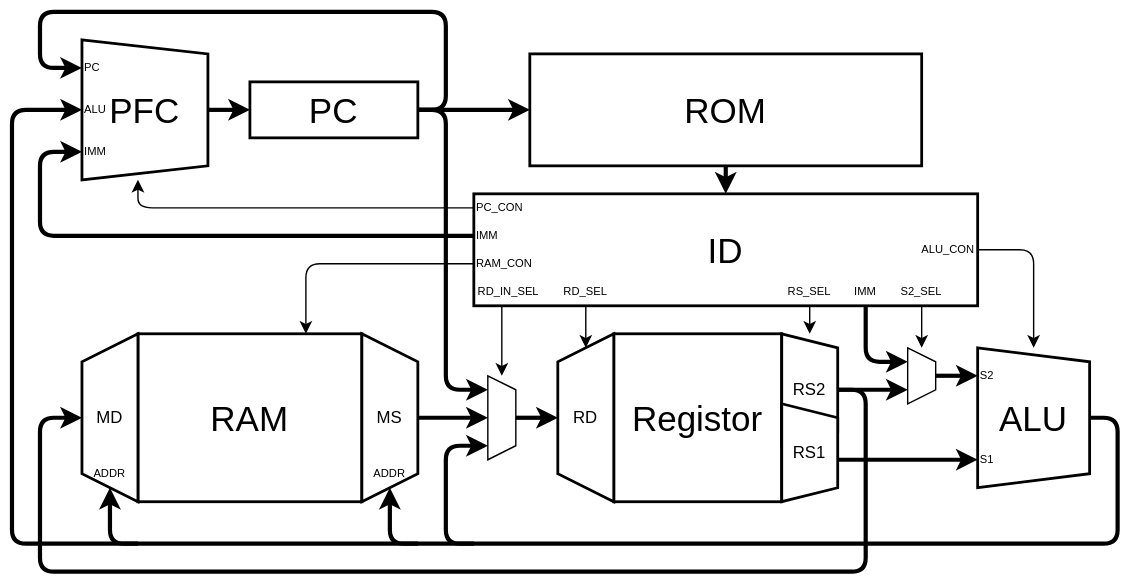
Earlier version of the draw.io export Lab/Computer/Micon/01_CPU/img/arch.dio.svg (amane-uehara/kanade-k-1228.github.io). Source tidied: cells renumbered, new cells last; positions are measured from the earlier drawing's top-left corner, leaving out a move shared by most shapes.
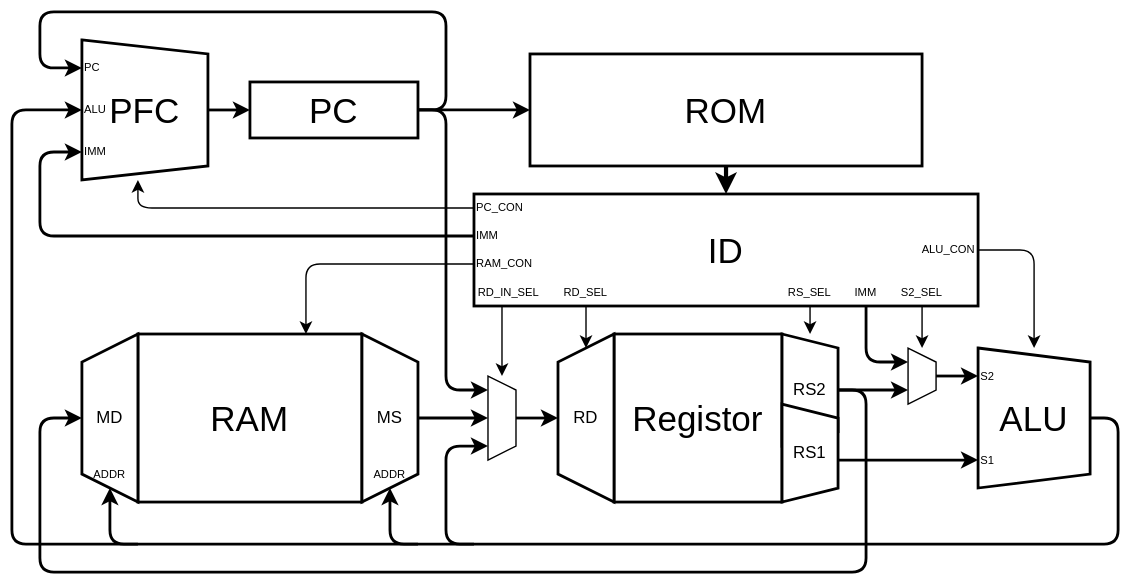
The same file after the commit.

Change to the diagram source:
```diff
@@ -38,13 +38,13 @@
     <mxCell id="13" value="MD" style="shape=trapezoid;perimeter=trapezoidPerimeter;whiteSpace=wrap;html=1;fixedSize=1;fontSize=12;direction=north;strokeWidth=2;" parent="1" vertex="1">
       <mxGeometry x="50" y="230" width="40" height="120" as="geometry" />
     </mxCell>
-    <mxCell id="14" style="endArrow=classic;html=1;fontSize=25;strokeWidth=3;" parent="1" edge="1">
+    <mxCell id="14" style="endArrow=classic;html=1;fontSize=25;strokeWidth=2;" parent="1" edge="1">
       <mxGeometry relative="1" as="geometry">
         <mxPoint x="590" y="320" as="sourcePoint" />
         <mxPoint x="690" y="320" as="targetPoint" />
       </mxGeometry>
     </mxCell>
-    <mxCell id="15" style="endArrow=classic;html=1;fontSize=25;startArrow=none;startFill=0;strokeWidth=3;" parent="1" edge="1">
+    <mxCell id="15" style="endArrow=classic;html=1;fontSize=25;startArrow=none;startFill=0;strokeWidth=2;" parent="1" edge="1">
       <mxGeometry relative="1" as="geometry">
         <mxPoint x="610" y="210" as="sourcePoint" />
         <mxPoint x="640" y="250" as="targetPoint" />
@@ -53,19 +53,19 @@
         </Array>
       </mxGeometry>
     </mxCell>
-    <mxCell id="16" style="endArrow=classic;html=1;fontSize=25;strokeWidth=3;" parent="1" edge="1">
+    <mxCell id="16" style="endArrow=classic;html=1;fontSize=25;strokeWidth=2;" parent="1" edge="1">
       <mxGeometry relative="1" as="geometry">
         <mxPoint x="660" y="260" as="sourcePoint" />
         <mxPoint x="690" y="260" as="targetPoint" />
       </mxGeometry>
     </mxCell>
-    <mxCell id="17" style="endArrow=classic;html=1;fontSize=25;strokeWidth=3;" parent="1" edge="1">
+    <mxCell id="17" style="endArrow=classic;html=1;fontSize=25;strokeWidth=2;" parent="1" edge="1">
       <mxGeometry relative="1" as="geometry">
         <mxPoint x="360" y="290" as="sourcePoint" />
         <mxPoint x="390" y="290" as="targetPoint" />
       </mxGeometry>
     </mxCell>
-    <mxCell id="18" style="endArrow=classic;html=1;fontSize=25;strokeWidth=3;" parent="1" edge="1">
+    <mxCell id="18" style="endArrow=classic;html=1;fontSize=25;strokeWidth=2;" parent="1" edge="1">
       <mxGeometry relative="1" as="geometry">
         <mxPoint x="290" y="290" as="sourcePoint" />
         <mxPoint x="340" y="290" as="targetPoint" />
@@ -77,7 +77,7 @@
         <mxPoint x="650" y="240" as="targetPoint" />
       </mxGeometry>
     </mxCell>
-    <mxCell id="20" style="endArrow=classic;html=1;fontSize=25;strokeWidth=3;" parent="1" edge="1">
+    <mxCell id="20" style="endArrow=classic;html=1;fontSize=25;strokeWidth=2;" parent="1" edge="1">
       <mxGeometry relative="1" as="geometry">
         <mxPoint x="590" y="270" as="sourcePoint" />
         <mxPoint x="50" y="290" as="targetPoint" />
@@ -107,7 +107,7 @@
         <mxPoint x="570" y="230" as="targetPoint" />
       </mxGeometry>
     </mxCell>
-    <mxCell id="24" style="endArrow=classic;html=1;fontSize=25;startArrow=none;startFill=0;strokeWidth=3;" parent="1" edge="1">
+    <mxCell id="24" style="endArrow=classic;html=1;fontSize=25;startArrow=none;startFill=0;strokeWidth=2;" parent="1" edge="1">
       <mxGeometry relative="1" as="geometry">
         <mxPoint x="770" y="290" as="sourcePoint" />
         <mxPoint x="50" y="70" as="targetPoint" />
@@ -119,7 +119,7 @@
         </Array>
       </mxGeometry>
     </mxCell>
-    <mxCell id="25" style="endArrow=classic;html=1;fontSize=25;startArrow=none;startFill=0;strokeWidth=3;" parent="1" edge="1">
+    <mxCell id="25" style="endArrow=classic;html=1;fontSize=25;startArrow=none;startFill=0;strokeWidth=2;" parent="1" edge="1">
       <mxGeometry relative="1" as="geometry">
         <mxPoint x="290" y="380" as="sourcePoint" />
         <mxPoint x="270" y="340" as="targetPoint" />
@@ -128,7 +128,7 @@
         </Array>
       </mxGeometry>
     </mxCell>
-    <mxCell id="26" style="endArrow=classic;html=1;fontSize=25;startArrow=none;startFill=0;strokeWidth=3;" parent="1" edge="1">
+    <mxCell id="26" style="endArrow=classic;html=1;fontSize=25;startArrow=none;startFill=0;strokeWidth=2;" parent="1" edge="1">
       <mxGeometry relative="1" as="geometry">
         <mxPoint x="330" y="380" as="sourcePoint" />
         <mxPoint x="340" y="310" as="targetPoint" />
@@ -147,7 +147,7 @@
         </Array>
       </mxGeometry>
     </mxCell>
-    <mxCell id="28" style="endArrow=classic;html=1;fontSize=25;startArrow=none;startFill=0;strokeWidth=3;" parent="1" edge="1">
+    <mxCell id="28" style="endArrow=classic;html=1;fontSize=25;startArrow=none;startFill=0;strokeWidth=2;" parent="1" edge="1">
       <mxGeometry relative="1" as="geometry">
         <mxPoint x="290" y="70" as="sourcePoint" />
         <mxPoint x="340" y="270" as="targetPoint" />
@@ -166,7 +166,7 @@
         </Array>
       </mxGeometry>
     </mxCell>
-    <mxCell id="30" style="endArrow=classic;html=1;fontSize=25;startArrow=none;startFill=0;strokeWidth=3;" parent="1" edge="1">
+    <mxCell id="30" style="endArrow=classic;html=1;fontSize=25;startArrow=none;startFill=0;strokeWidth=2;" parent="1" edge="1">
       <mxGeometry relative="1" as="geometry">
         <mxPoint x="90" y="380" as="sourcePoint" />
         <mxPoint x="70" y="340" as="targetPoint" />
@@ -175,7 +175,7 @@
         </Array>
       </mxGeometry>
     </mxCell>
-    <mxCell id="31" style="endArrow=classic;html=1;fontSize=25;startArrow=none;startFill=0;strokeWidth=3;" parent="1" edge="1">
+    <mxCell id="31" style="endArrow=classic;html=1;fontSize=25;startArrow=none;startFill=0;strokeWidth=2;" parent="1" edge="1">
       <mxGeometry relative="1" as="geometry">
         <mxPoint x="290" y="70" as="sourcePoint" />
         <mxPoint x="370" y="70" as="targetPoint" />
@@ -184,7 +184,7 @@
     <mxCell id="32" value="PFC" style="shape=trapezoid;perimeter=trapezoidPerimeter;whiteSpace=wrap;html=1;fixedSize=1;fontSize=25;direction=south;size=10;strokeWidth=2;" parent="1" vertex="1">
       <mxGeometry x="50" y="20" width="90" height="100" as="geometry" />
     </mxCell>
-    <mxCell id="33" style="endArrow=classic;html=1;fontSize=25;startArrow=none;startFill=0;strokeWidth=3;" parent="1" edge="1">
+    <mxCell id="33" style="endArrow=classic;html=1;fontSize=25;startArrow=none;startFill=0;strokeWidth=2;" parent="1" edge="1">
       <mxGeometry relative="1" as="geometry">
         <mxPoint x="290" y="70" as="sourcePoint" />
         <mxPoint x="50" y="40" as="targetPoint" />
@@ -196,7 +196,7 @@
         </Array>
       </mxGeometry>
     </mxCell>
-    <mxCell id="34" style="endArrow=classic;html=1;fontSize=25;startArrow=none;startFill=0;strokeWidth=3;" parent="1" edge="1">
+    <mxCell id="34" style="endArrow=classic;html=1;fontSize=25;startArrow=none;startFill=0;strokeWidth=2;" parent="1" edge="1">
       <mxGeometry relative="1" as="geometry">
         <mxPoint x="330" y="160" as="sourcePoint" />
         <mxPoint x="50" y="100" as="targetPoint" />
@@ -206,7 +206,7 @@
         </Array>
       </mxGeometry>
     </mxCell>
-    <mxCell id="35" style="endArrow=classic;html=1;fontSize=25;startArrow=none;startFill=0;strokeWidth=3;" parent="1" edge="1">
+    <mxCell id="35" style="endArrow=classic;html=1;fontSize=25;startArrow=none;startFill=0;strokeWidth=2;" parent="1" edge="1">
       <mxGeometry relative="1" as="geometry">
         <mxPoint x="140" y="70" as="sourcePoint" />
         <mxPoint x="170" y="70" as="targetPoint" />
@@ -224,7 +224,7 @@
     <mxCell id="37" value="RS1" style="shape=trapezoid;perimeter=trapezoidPerimeter;whiteSpace=wrap;html=1;fixedSize=1;fontSize=12;direction=south;size=10;strokeWidth=2;" parent="1" vertex="1">
       <mxGeometry x="550" y="280" width="40" height="70" as="geometry" />
     </mxCell>
-    <mxCell id="38" style="endArrow=classic;html=1;fontSize=25;strokeWidth=3;" parent="1" edge="1">
+    <mxCell id="38" style="endArrow=classic;html=1;fontSize=25;strokeWidth=2;" parent="1" edge="1">
       <mxGeometry relative="1" as="geometry">
         <mxPoint x="590" y="270" as="sourcePoint" />
         <mxPoint x="640" y="270" as="targetPoint" />
```
